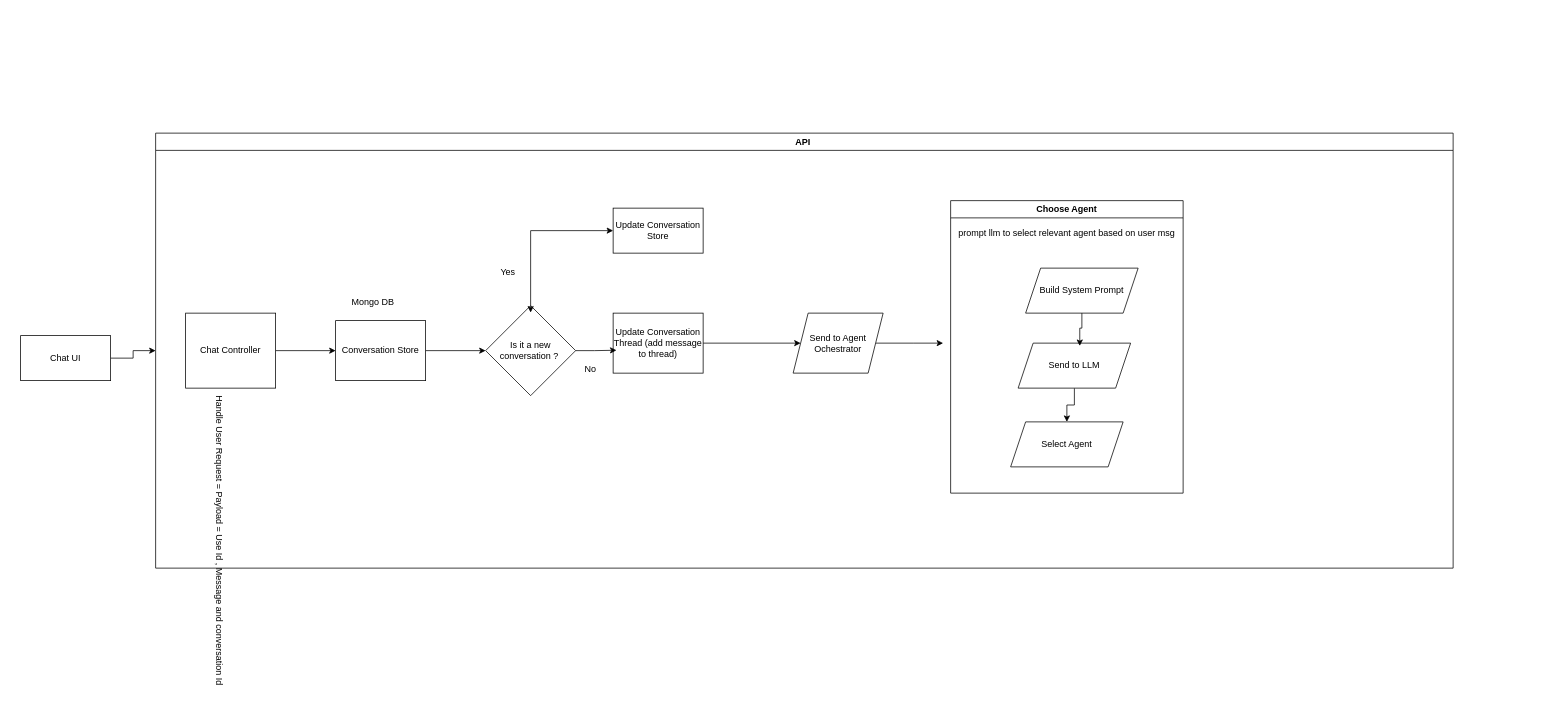
This is AgenticAI.drawio from SifisoMzansi/architecture-diagrams, a draw.io file, before an edit. Source tidied: cells renumbered, new cells numbered last; positions are measured from the earlier drawing's top-left corner, leaving out a move shared by most shapes. Both pictures are drawn from the tidied source at 75%, with x=0, y=0 at pixel (20, 133).
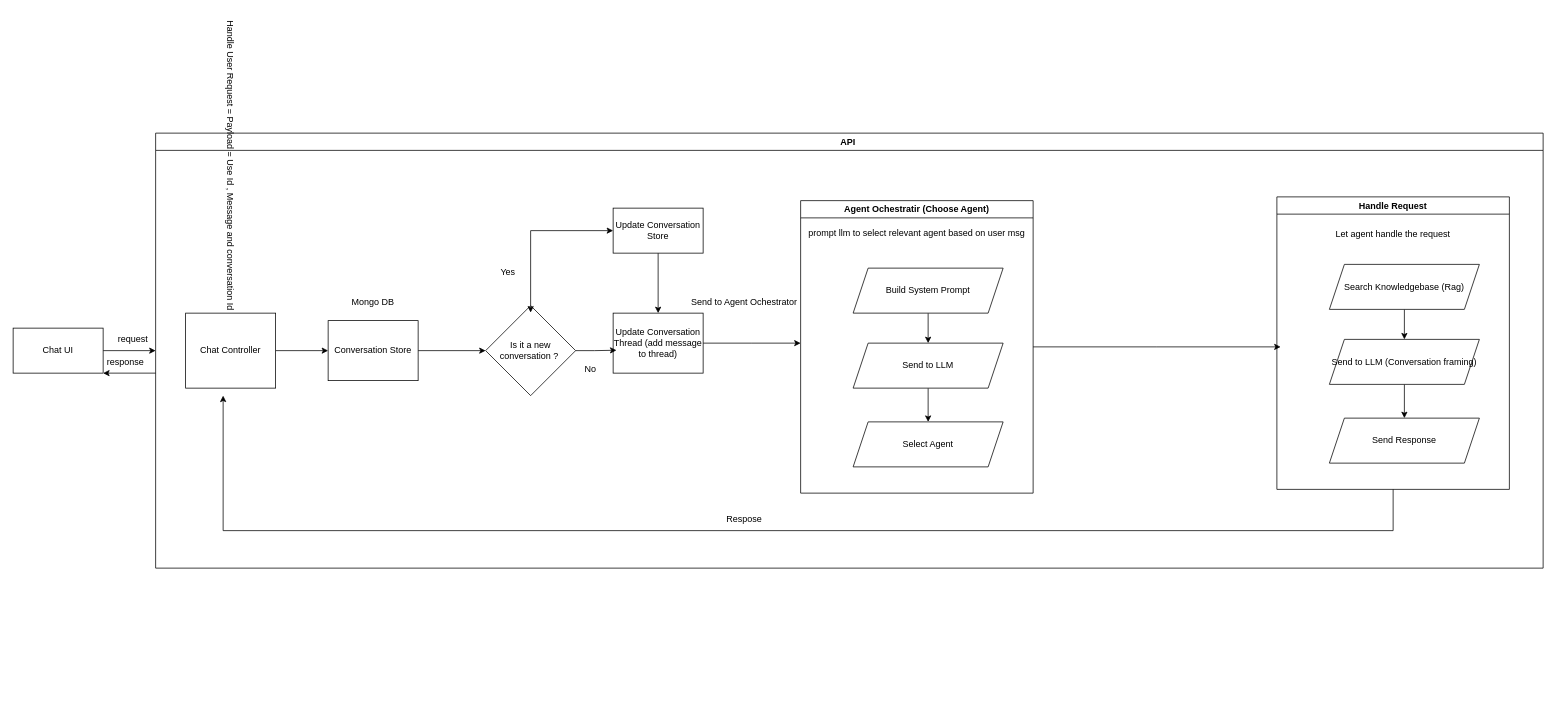
The same diagram, later.

The change refers to these unchanged cells:
```xml
<mxCell id="11" value="Update Conversation Store" style="rounded=0;whiteSpace=wrap;html=1;" parent="4" vertex="1">
  <mxGeometry x="610" y="100" width="120" height="60" as="geometry" />
</mxCell>
<mxCell id="16" value="Update Conversation Thread (add message to thread)" style="rounded=0;whiteSpace=wrap;html=1;" parent="4" vertex="1">
  <mxGeometry x="610" y="240" width="120" height="80" as="geometry" />
</mxCell>
```

Diff of the diagram source:
```diff
@@
     <mxCell id="3" value="Chat UI" style="rounded=0;whiteSpace=wrap;html=1;" parent="1" vertex="1">
-      <mxGeometry y="270" width="120" height="60" as="geometry" />
+      <mxGeometry x="-10" y="260" width="120" height="60" as="geometry" />
     </mxCell>
     <mxCell id="4" value="API&amp;nbsp;" style="swimlane;whiteSpace=wrap;html=1;" parent="1" vertex="1">
-      <mxGeometry x="180" width="1730" height="580" as="geometry" />
+      <mxGeometry x="180" width="1850" height="580" as="geometry" />
     </mxCell>
@@
     <mxCell id="8" value="Conversation Store" style="rounded=0;whiteSpace=wrap;html=1;" parent="4" vertex="1">
-      <mxGeometry x="240" y="250" width="120" height="80" as="geometry" />
+      <mxGeometry x="230" y="250" width="120" height="80" as="geometry" />
     </mxCell>
@@
+    <mxCell id="29" style="edgeStyle=orthogonalEdgeStyle;rounded=0;jettySize=auto;html=1;" parent="4" edge="1" source="11" target="16">
+      <mxGeometry relative="1" as="geometry" />
+    </mxCell>
@@
-    <mxCell id="15" style="edgeStyle=orthogonalEdgeStyle;rounded=0;jettySize=auto;html=1;" parent="4" edge="1" source="16" target="19">
-      <mxGeometry relative="1" as="geometry" />
+    <mxCell id="15" style="edgeStyle=orthogonalEdgeStyle;rounded=0;jettySize=auto;html=1;" parent="4" edge="1" source="16">
+      <mxGeometry relative="1" as="geometry">
+        <mxPoint x="860" y="280" as="targetPoint" />
+      </mxGeometry>
     </mxCell>
@@
-    <mxCell id="18" style="edgeStyle=orthogonalEdgeStyle;rounded=0;jettySize=auto;html=1;entryX=0;entryY=0.5;entryDx=0;entryDy=0;" parent="4" edge="1" source="19">
-      <mxGeometry relative="1" as="geometry">
-        <mxPoint x="1050" y="280" as="targetPoint" />
-      </mxGeometry>
-    </mxCell>
-    <mxCell id="19" value="Send to Agent Ochestrator" style="shape=parallelogram;perimeter=parallelogramPerimeter;whiteSpace=wrap;html=1;fixedSize=1;" parent="4" vertex="1">
-      <mxGeometry x="850" y="240" width="120" height="80" as="geometry" />
-    </mxCell>
-    <mxCell id="20" value="Handle User Request = Payload = Use Id , Message and conversation Id&amp;nbsp;" style="text;html=1;whiteSpace=wrap;align=center;verticalAlign=middle;rounded=0;rotation=90;" parent="4" vertex="1">
-      <mxGeometry x="-120" y="530" width="410" height="30" as="geometry" />
-    </mxCell>
@@
+    <mxCell id="30" style="edgeStyle=orthogonalEdgeStyle;rounded=0;jettySize=auto;html=1;" parent="4" edge="1" source="22">
+      <mxGeometry relative="1" as="geometry">
+        <mxPoint x="1500" y="285" as="targetPoint" />
+      </mxGeometry>
+    </mxCell>
-    <mxCell id="22" value="Choose Agent" style="swimlane;whiteSpace=wrap;html=1;" parent="4" vertex="1">
-      <mxGeometry x="1060" y="90" width="310" height="390" as="geometry" />
+    <mxCell id="22" value="Agent Ochestratir (Choose Agent)" style="swimlane;whiteSpace=wrap;html=1;" parent="4" vertex="1">
+      <mxGeometry x="860" y="90" width="310" height="390" as="geometry" />
     </mxCell>
+    <mxCell id="28" style="edgeStyle=orthogonalEdgeStyle;rounded=0;jettySize=auto;html=1;entryX=0.5;entryY=0;entryDx=0;entryDy=0;" parent="22" edge="1" source="23" target="25">
+      <mxGeometry relative="1" as="geometry" />
+    </mxCell>
     <mxCell id="23" value="Build System Prompt" style="shape=parallelogram;perimeter=parallelogramPerimeter;whiteSpace=wrap;html=1;fixedSize=1;" parent="22" vertex="1">
-      <mxGeometry x="100" y="90" width="150" height="60" as="geometry" />
+      <mxGeometry x="70" y="90" width="200" height="60" as="geometry" />
     </mxCell>
@@
     <mxCell id="25" value="Send to LLM" style="shape=parallelogram;perimeter=parallelogramPerimeter;whiteSpace=wrap;html=1;fixedSize=1;" parent="22" vertex="1">
-      <mxGeometry x="90" y="190" width="150" height="60" as="geometry" />
+      <mxGeometry x="70" y="190" width="200" height="60" as="geometry" />
     </mxCell>
     <mxCell id="26" value="Select Agent" style="shape=parallelogram;perimeter=parallelogramPerimeter;whiteSpace=wrap;html=1;fixedSize=1;" parent="22" vertex="1">
-      <mxGeometry x="80" y="295" width="150" height="60" as="geometry" />
+      <mxGeometry x="70" y="295" width="200" height="60" as="geometry" />
     </mxCell>
@@
-    <mxCell id="28" style="edgeStyle=orthogonalEdgeStyle;rounded=0;jettySize=auto;html=1;entryX=0.548;entryY=0.063;entryDx=0;entryDy=0;entryPerimeter=0;" parent="22" edge="1" source="23" target="25">
-      <mxGeometry relative="1" as="geometry" />
-    </mxCell>
+    <mxCell id="31" style="edgeStyle=orthogonalEdgeStyle;rounded=0;jettySize=auto;html=1;" parent="4" edge="1" source="32">
+      <mxGeometry relative="1" as="geometry">
+        <mxPoint x="90" y="350" as="targetPoint" />
+        <Array as="points">
+          <mxPoint x="1650" y="530" />
+          <mxPoint x="90" y="530" />
+        </Array>
+      </mxGeometry>
+    </mxCell>
+    <mxCell id="32" value="Handle Request" style="swimlane;whiteSpace=wrap;html=1;" parent="4" vertex="1">
+      <mxGeometry x="1495" y="85" width="310" height="390" as="geometry" />
+    </mxCell>
+    <mxCell id="33" style="edgeStyle=orthogonalEdgeStyle;rounded=0;jettySize=auto;html=1;entryX=0.5;entryY=0;entryDx=0;entryDy=0;" parent="32" edge="1" source="34" target="36">
+      <mxGeometry relative="1" as="geometry" />
+    </mxCell>
+    <mxCell id="34" value="Search Knowledgebase (Rag)" style="shape=parallelogram;perimeter=parallelogramPerimeter;whiteSpace=wrap;html=1;fixedSize=1;" parent="32" vertex="1">
+      <mxGeometry x="70" y="90" width="200" height="60" as="geometry" />
+    </mxCell>
+    <mxCell id="35" style="edgeStyle=orthogonalEdgeStyle;rounded=0;jettySize=auto;html=1;entryX=0.5;entryY=0;entryDx=0;entryDy=0;" parent="32" edge="1" source="36" target="37">
+      <mxGeometry relative="1" as="geometry" />
+    </mxCell>
+    <mxCell id="36" value="Send to LLM (Conversation framing)" style="shape=parallelogram;perimeter=parallelogramPerimeter;whiteSpace=wrap;html=1;fixedSize=1;" parent="32" vertex="1">
+      <mxGeometry x="70" y="190" width="200" height="60" as="geometry" />
+    </mxCell>
+    <mxCell id="37" value="Send Response" style="shape=parallelogram;perimeter=parallelogramPerimeter;whiteSpace=wrap;html=1;fixedSize=1;" parent="32" vertex="1">
+      <mxGeometry x="70" y="295" width="200" height="60" as="geometry" />
+    </mxCell>
+    <mxCell id="38" value="&lt;div&gt;Let agent handle the request&lt;/div&gt;" style="text;html=1;whiteSpace=wrap;strokeColor=none;fillColor=none;align=center;verticalAlign=middle;rounded=0;" parent="32" vertex="1">
+      <mxGeometry x="65" y="35" width="180" height="30" as="geometry" />
+    </mxCell>
+    <mxCell id="39" value="Respose" style="text;html=1;whiteSpace=wrap;strokeColor=none;fillColor=none;align=center;verticalAlign=middle;rounded=0;" parent="4" vertex="1">
+      <mxGeometry x="750" y="500" width="70" height="30" as="geometry" />
+    </mxCell>
+    <mxCell id="19" value="Send to Agent Ochestrator" style="text;html=1;whiteSpace=wrap;strokeColor=none;fillColor=none;align=center;verticalAlign=middle;rounded=0;" parent="4" vertex="1">
+      <mxGeometry x="705" y="210" width="160" height="30" as="geometry" />
+    </mxCell>
+    <mxCell id="20" value="Handle User Request = Payload = Use Id , Message and conversation Id&amp;nbsp;" style="text;html=1;whiteSpace=wrap;align=center;verticalAlign=middle;rounded=0;rotation=90;" parent="1" vertex="1">
+      <mxGeometry x="75" y="30" width="410" height="30" as="geometry" />
+    </mxCell>
+    <mxCell id="40" style="endArrow=classic;html=1;rounded=0;entryX=1;entryY=1;entryDx=0;entryDy=0;" parent="1" edge="1" target="3">
+      <mxGeometry relative="1" as="geometry">
+        <mxPoint x="180" y="320" as="sourcePoint" />
+      </mxGeometry>
+    </mxCell>
+    <mxCell id="41" value="request" style="text;html=1;whiteSpace=wrap;strokeColor=none;fillColor=none;align=center;verticalAlign=middle;rounded=0;" parent="1" vertex="1">
+      <mxGeometry x="120" y="260" width="60" height="30" as="geometry" />
+    </mxCell>
+    <mxCell id="42" value="response" style="text;html=1;whiteSpace=wrap;strokeColor=none;fillColor=none;align=center;verticalAlign=middle;rounded=0;" parent="1" vertex="1">
+      <mxGeometry x="105" y="290" width="70" height="30" as="geometry" />
+    </mxCell>
```
